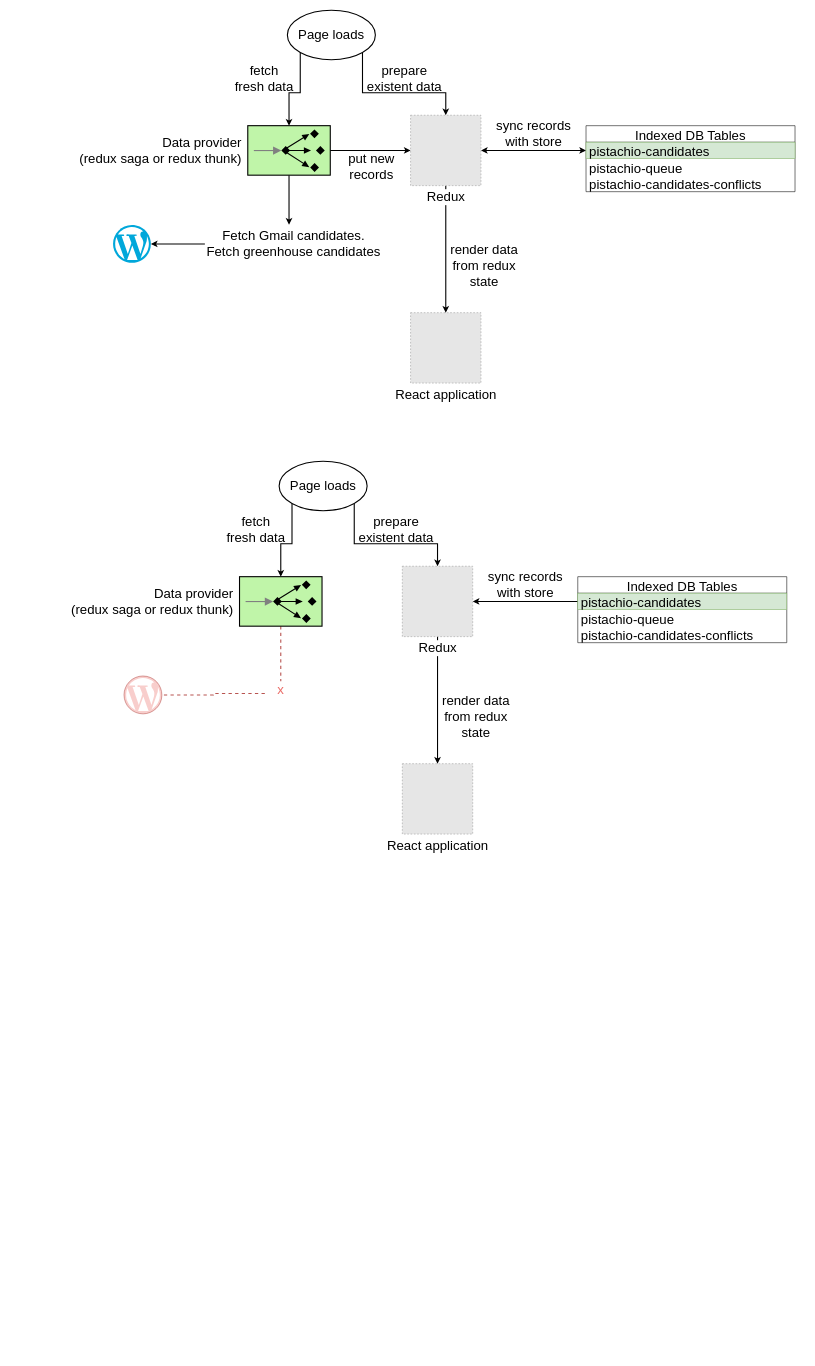
Earlier version of the draw.io diagram high-level/data-flows.drawio (AlexeyPopovUA/a8c-diagrams). Source tidied: cells renumbered, new cells numbered last; positions are measured from the earlier drawing's top-left corner, leaving out a move shared by most shapes. Both pictures are drawn from the tidied source at 55%, with x=0, y=0 at pixel (113, 10). Pictures stored in the file or linked from it are replaced by grey dashed boxes.
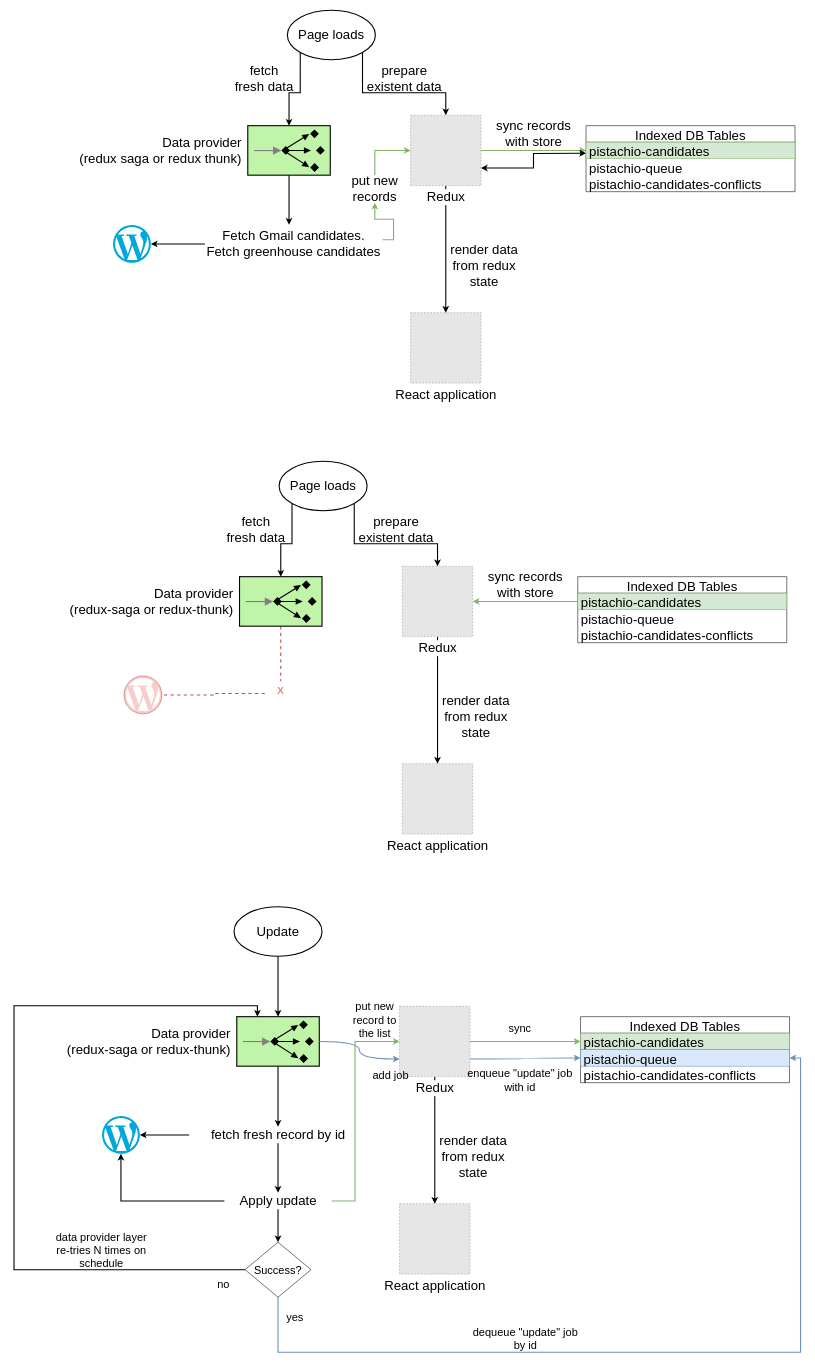
The same diagram, later.

The change refers to these unchanged cells:
```xml
<mxCell id="7" value="Redux" style="fillColor=#E6E6E6;strokeColor=#999999;dashed=1;html=1;verticalAlign=top;verticalLabelPosition=bottom;labelBackgroundColor=#ffffff;fontSize=24;" parent="1" vertex="1">
  <mxGeometry x="541" y="191" width="128" height="128" as="geometry" />
</mxCell>
<mxCell id="9" value="&lt;font style=&quot;font-size: 24px;&quot;&gt;Data provider&lt;br&gt;&lt;/font&gt;&lt;font style=&quot;font-size: 24px;&quot;&gt;(redux saga or redux thunk)&lt;br&gt;&lt;/font&gt;" style="fillColor=#c0f5a9;dashed=0;outlineConnect=0;strokeWidth=2;html=1;align=right;fontSize=8;verticalLabelPosition=middle;verticalAlign=middle;shape=mxgraph.eip.message_dispatcher;labelPosition=left;spacingRight=10;" parent="1" vertex="1">
  <mxGeometry x="245" y="210" width="150" height="90" as="geometry" />
</mxCell>
<mxCell id="11" value="pistachio-candidates" style="text;strokeColor=#82b366;fillColor=#d5e8d4;align=left;verticalAlign=middle;spacingLeft=4;spacingRight=4;overflow=hidden;points=[[0,0.5],[1,0.5]];portConstraint=eastwest;fontSize=24;" parent="10" vertex="1">
  <mxGeometry y="30" width="380" height="30" as="geometry" />
</mxCell>
<mxCell id="23" value="&lt;div&gt;Fetch Gmail candidates.&lt;/div&gt;&lt;div&gt;Fetch greenhouse candidates&lt;br&gt;&lt;/div&gt;" style="text;html=1;strokeColor=none;fillColor=none;align=center;verticalAlign=middle;whiteSpace=wrap;rounded=0;fontSize=24;" parent="1" vertex="1">
  <mxGeometry x="167" y="410" width="323" height="30" as="geometry" />
</mxCell>
<mxCell id="29" value="Redux" style="fillColor=#E6E6E6;strokeColor=#999999;dashed=1;html=1;verticalAlign=top;verticalLabelPosition=bottom;labelBackgroundColor=#ffffff;fontSize=24;" parent="1" vertex="1">
  <mxGeometry x="526" y="1011" width="128" height="128" as="geometry" />
</mxCell>
<mxCell id="33" value="pistachio-candidates" style="text;strokeColor=#82b366;fillColor=#d5e8d4;align=left;verticalAlign=middle;spacingLeft=4;spacingRight=4;overflow=hidden;points=[[0,0.5],[1,0.5]];portConstraint=eastwest;fontSize=24;" parent="32" vertex="1">
  <mxGeometry y="30" width="380" height="30" as="geometry" />
</mxCell>
```

Diff of the diagram source:
```diff
@@
-    <mxCell id="5" style="edgeStyle=orthogonalEdgeStyle;rounded=0;jettySize=auto;html=1;entryX=0;entryY=0.5;entryDx=0;entryDy=0;fontSize=24;strokeWidth=2;startArrow=classic;startFill=1;" parent="1" edge="1" source="7" target="11">
+    <mxCell id="5" style="edgeStyle=orthogonalEdgeStyle;rounded=0;jettySize=auto;html=1;entryX=0;entryY=0.5;entryDx=0;entryDy=0;fontSize=24;strokeWidth=2;startArrow=none;startFill=0;fillColor=#d5e8d4;strokeColor=#82b366;" parent="1" edge="1" source="7" target="11">
       <mxGeometry relative="1" as="geometry" />
     </mxCell>
@@
+    <mxCell id="44" style="edgeStyle=orthogonalEdgeStyle;rounded=0;jettySize=auto;html=1;exitX=1;exitY=0.75;exitDx=0;exitDy=0;fontSize=20;startArrow=classic;startFill=1;strokeWidth=2;" parent="1" edge="1" source="7">
+      <mxGeometry relative="1" as="geometry">
+        <mxPoint x="860" y="260" as="targetPoint" />
+      </mxGeometry>
+    </mxCell>
@@
-    <mxCell id="14" style="edgeStyle=orthogonalEdgeStyle;rounded=0;jettySize=auto;html=1;entryX=0;entryY=0.5;entryDx=0;entryDy=0;fontSize=24;startArrow=none;startFill=0;strokeWidth=2;exitX=1;exitY=0.5;exitDx=0;exitDy=0;exitPerimeter=0;" parent="1" edge="1" source="9" target="7">
+    <mxCell id="14" style="edgeStyle=orthogonalEdgeStyle;rounded=0;jettySize=auto;html=1;entryX=0;entryY=0.5;entryDx=0;entryDy=0;fontSize=24;startArrow=none;startFill=0;strokeWidth=2;exitX=0.5;exitY=0;exitDx=0;exitDy=0;fillColor=#d5e8d4;strokeColor=#82b366;" parent="1" edge="1" source="20" target="7">
       <mxGeometry relative="1" as="geometry" />
     </mxCell>
@@
     <mxCell id="20" value="put new records" style="text;html=1;strokeColor=none;fillColor=none;align=center;verticalAlign=middle;whiteSpace=wrap;rounded=0;fontSize=24;" parent="1" vertex="1">
-      <mxGeometry x="420" y="270" width="100" height="30" as="geometry" />
+      <mxGeometry x="416" y="300" width="120" height="50" as="geometry" />
     </mxCell>
@@
+    <mxCell id="45" style="edgeStyle=orthogonalEdgeStyle;rounded=0;jettySize=auto;html=1;entryX=0.5;entryY=1;entryDx=0;entryDy=0;fontSize=20;startArrow=none;startFill=0;strokeWidth=2;exitX=1;exitY=0.25;exitDx=0;exitDy=0;fillColor=#d5e8d4;strokeColor=#82b366;" parent="1" edge="1" source="23" target="20">
+      <mxGeometry relative="1" as="geometry" />
+    </mxCell>
@@
-    <mxCell id="27" style="edgeStyle=orthogonalEdgeStyle;rounded=0;jettySize=auto;html=1;entryX=0;entryY=0.5;entryDx=0;entryDy=0;fontSize=24;strokeWidth=2;startArrow=classic;startFill=1;endArrow=none;endFill=0;" parent="1" edge="1" source="29" target="33">
+    <mxCell id="27" style="edgeStyle=orthogonalEdgeStyle;rounded=0;jettySize=auto;html=1;entryX=0;entryY=0.5;entryDx=0;entryDy=0;fontSize=24;strokeWidth=2;startArrow=classic;startFill=1;endArrow=none;endFill=0;fillColor=#d5e8d4;strokeColor=#82b366;" parent="1" edge="1" source="29" target="33">
       <mxGeometry relative="1" as="geometry" />
     </mxCell>
@@
-    <mxCell id="31" value="&lt;font style=&quot;font-size: 24px;&quot;&gt;Data provider&lt;br&gt;&lt;/font&gt;&lt;font style=&quot;font-size: 24px;&quot;&gt;(redux saga or redux thunk)&lt;br&gt;&lt;/font&gt;" style="fillColor=#c0f5a9;dashed=0;outlineConnect=0;strokeWidth=2;html=1;align=right;fontSize=8;verticalLabelPosition=middle;verticalAlign=middle;shape=mxgraph.eip.message_dispatcher;labelPosition=left;spacingRight=10;" parent="1" vertex="1">
+    <mxCell id="31" value="&lt;font style=&quot;font-size: 24px;&quot;&gt;Data provider&lt;br&gt;&lt;/font&gt;&lt;font style=&quot;font-size: 24px;&quot;&gt;(redux-saga or redux-thunk)&lt;br&gt;&lt;/font&gt;" style="fillColor=#c0f5a9;dashed=0;outlineConnect=0;strokeWidth=2;html=1;align=right;fontSize=8;verticalLabelPosition=middle;verticalAlign=middle;shape=mxgraph.eip.message_dispatcher;labelPosition=left;spacingRight=10;" parent="1" vertex="1">
       <mxGeometry x="230" y="1030" width="150" height="90" as="geometry" />
     </mxCell>
@@
+    <mxCell id="46" style="edgeStyle=orthogonalEdgeStyle;rounded=0;jettySize=auto;html=1;exitX=0.5;exitY=1;exitDx=0;exitDy=0;entryX=0.5;entryY=0;entryDx=0;entryDy=0;entryPerimeter=0;fontSize=24;startArrow=none;startFill=0;strokeWidth=2;" parent="1" edge="1" source="59" target="53">
+      <mxGeometry relative="1" as="geometry" />
+    </mxCell>
+    <mxCell id="47" value="React application" style="fillColor=#E6E6E6;strokeColor=#999999;dashed=1;html=1;verticalAlign=top;verticalLabelPosition=bottom;labelBackgroundColor=#ffffff;fontSize=24;" parent="1" vertex="1">
+      <mxGeometry x="521" y="2170" width="128" height="128" as="geometry" />
+    </mxCell>
+    <mxCell id="48" style="edgeStyle=orthogonalEdgeStyle;rounded=0;jettySize=auto;html=1;entryX=0;entryY=0.5;entryDx=0;entryDy=0;fontSize=24;strokeWidth=2;startArrow=none;startFill=0;fillColor=#d5e8d4;strokeColor=#82b366;" parent="1" edge="1" source="51" target="55">
+      <mxGeometry relative="1" as="geometry" />
+    </mxCell>
+    <mxCell id="49" style="edgeStyle=orthogonalEdgeStyle;rounded=0;jettySize=auto;html=1;entryX=0.5;entryY=0;entryDx=0;entryDy=0;fontSize=24;startArrow=none;startFill=0;strokeWidth=2;" parent="1" edge="1" source="51" target="47">
+      <mxGeometry relative="1" as="geometry" />
+    </mxCell>
+    <mxCell id="50" style="edgeStyle=orthogonalEdgeStyle;rounded=0;jettySize=auto;html=1;exitX=1;exitY=0.75;exitDx=0;exitDy=0;entryX=0;entryY=0.5;entryDx=0;entryDy=0;fontSize=24;strokeWidth=2;curved=1;fillColor=#dae8fc;strokeColor=#6c8ebf;" parent="1" edge="1" source="51" target="56">
+      <mxGeometry relative="1" as="geometry" />
+    </mxCell>
+    <mxCell id="51" value="Redux" style="fillColor=#E6E6E6;strokeColor=#999999;dashed=1;html=1;verticalAlign=top;verticalLabelPosition=bottom;labelBackgroundColor=#ffffff;fontSize=24;" parent="1" vertex="1">
+      <mxGeometry x="521" y="1811" width="128" height="128" as="geometry" />
+    </mxCell>
+    <mxCell id="52" style="edgeStyle=orthogonalEdgeStyle;rounded=0;jettySize=auto;html=1;entryX=0.5;entryY=0;entryDx=0;entryDy=0;fontSize=24;startArrow=none;startFill=0;strokeWidth=2;" parent="1" edge="1" source="53" target="66">
+      <mxGeometry relative="1" as="geometry" />
+    </mxCell>
+    <mxCell id="53" value="&lt;font style=&quot;font-size: 24px;&quot;&gt;Data provider&lt;br&gt;&lt;/font&gt;&lt;font style=&quot;font-size: 24px;&quot;&gt;(redux-saga or redux-thunk)&lt;br&gt;&lt;/font&gt;" style="fillColor=#c0f5a9;dashed=0;outlineConnect=0;strokeWidth=2;html=1;align=right;fontSize=8;verticalLabelPosition=middle;verticalAlign=middle;shape=mxgraph.eip.message_dispatcher;labelPosition=left;spacingRight=10;" parent="1" vertex="1">
+      <mxGeometry x="225" y="1830" width="150" height="90" as="geometry" />
+    </mxCell>
+    <mxCell id="54" value="Indexed DB Tables" style="swimlane;fontStyle=0;horizontal=1;startSize=30;fontSize=24;" parent="1" vertex="1">
+      <mxGeometry x="850" y="1830" width="380" height="120" as="geometry" />
+    </mxCell>
+    <mxCell id="55" value="pistachio-candidates" style="text;align=left;verticalAlign=middle;spacingLeft=4;spacingRight=4;overflow=hidden;points=[[0,0.5],[1,0.5]];portConstraint=eastwest;fontSize=24;fillColor=#d5e8d4;strokeColor=#82b366;" parent="54" vertex="1">
+      <mxGeometry y="30" width="380" height="30" as="geometry" />
+    </mxCell>
+    <mxCell id="56" value="pistachio-queue" style="text;strokeColor=#6c8ebf;fillColor=#dae8fc;align=left;verticalAlign=middle;spacingLeft=4;spacingRight=4;overflow=hidden;points=[[0,0.5],[1,0.5]];portConstraint=eastwest;fontSize=24;" parent="54" vertex="1">
+      <mxGeometry y="60" width="380" height="30" as="geometry" />
+    </mxCell>
+    <mxCell id="57" value="pistachio-candidates-conflicts" style="text;strokeColor=none;fillColor=none;align=left;verticalAlign=middle;spacingLeft=4;spacingRight=4;overflow=hidden;fontSize=24;" parent="54" vertex="1">
+      <mxGeometry y="90" width="380" height="30" as="geometry" />
+    </mxCell>
+    <mxCell id="58" style="edgeStyle=orthogonalEdgeStyle;rounded=0;jettySize=auto;html=1;entryX=0;entryY=0.5;entryDx=0;entryDy=0;fontSize=24;startArrow=none;startFill=0;strokeWidth=2;exitX=1;exitY=0.5;exitDx=0;exitDy=0;fillColor=#d5e8d4;strokeColor=#82b366;" parent="1" edge="1" source="70" target="51">
+      <mxGeometry relative="1" as="geometry">
+        <Array as="points">
+          <mxPoint x="440" y="2165" />
+          <mxPoint x="440" y="1875" />
+        </Array>
+      </mxGeometry>
+    </mxCell>
+    <mxCell id="59" value="Update" style="ellipse;whiteSpace=wrap;html=1;fontSize=24;strokeWidth=2;" parent="1" vertex="1">
+      <mxGeometry x="220" y="1630" width="160" height="90" as="geometry" />
+    </mxCell>
+    <mxCell id="60" style="dashed=0;outlineConnect=0;html=1;align=center;labelPosition=center;verticalLabelPosition=bottom;verticalAlign=top;shape=mxgraph.weblogos.wordpress_2;fillColor=#00A7DA;strokeColor=none;fontSize=24;" parent="1" vertex="1">
+      <mxGeometry x="-20" y="2010.6" width="68.8" height="68.8" as="geometry" />
+    </mxCell>
+    <mxCell id="61" value="sync" style="text;html=1;strokeColor=none;fillColor=none;align=center;verticalAlign=middle;whiteSpace=wrap;rounded=0;fontSize=20;" parent="1" vertex="1">
+      <mxGeometry x="707" y="1830" width="66" height="40" as="geometry" />
+    </mxCell>
+    <mxCell id="62" value="put new record to the list" style="text;html=1;strokeColor=none;fillColor=none;align=center;verticalAlign=middle;whiteSpace=wrap;rounded=0;fontSize=20;" parent="1" vertex="1">
+      <mxGeometry x="426" y="1820" width="100" height="30" as="geometry" />
+    </mxCell>
+    <mxCell id="63" value="render data from redux state" style="text;html=1;strokeColor=none;fillColor=none;align=center;verticalAlign=middle;whiteSpace=wrap;rounded=0;fontSize=24;" parent="1" vertex="1">
+      <mxGeometry x="570" y="2070.4" width="170" height="30" as="geometry" />
+    </mxCell>
+    <mxCell id="64" style="edgeStyle=orthogonalEdgeStyle;rounded=0;jettySize=auto;html=1;fontSize=24;startArrow=none;startFill=0;strokeWidth=2;" parent="1" edge="1" source="66" target="60">
+      <mxGeometry relative="1" as="geometry" />
+    </mxCell>
+    <mxCell id="65" style="edgeStyle=orthogonalEdgeStyle;rounded=0;jettySize=auto;html=1;entryX=0.5;entryY=0;entryDx=0;entryDy=0;fontSize=24;strokeWidth=2;" parent="1" edge="1" source="66" target="70">
+      <mxGeometry relative="1" as="geometry" />
+    </mxCell>
+    <mxCell id="66" value="fetch fresh record by id" style="text;html=1;strokeColor=none;fillColor=none;align=center;verticalAlign=middle;whiteSpace=wrap;rounded=0;fontSize=24;" parent="1" vertex="1">
+      <mxGeometry x="138.5" y="2030" width="323" height="30" as="geometry" />
+    </mxCell>
+    <mxCell id="67" style="edgeStyle=orthogonalEdgeStyle;rounded=0;jettySize=auto;html=1;exitX=0;exitY=0.5;exitDx=0;exitDy=0;fontSize=20;strokeWidth=2;" parent="1" edge="1" source="70" target="60">
+      <mxGeometry relative="1" as="geometry" />
+    </mxCell>
+    <mxCell id="68" style="edgeStyle=orthogonalEdgeStyle;rounded=0;jettySize=auto;html=1;entryX=0;entryY=0.75;entryDx=0;entryDy=0;fontSize=20;strokeWidth=2;exitX=1;exitY=0.5;exitDx=0;exitDy=0;exitPerimeter=0;curved=1;fillColor=#dae8fc;strokeColor=#6c8ebf;" parent="1" edge="1" source="53" target="51">
+      <mxGeometry relative="1" as="geometry" />
+    </mxCell>
+    <mxCell id="69" style="edgeStyle=orthogonalEdgeStyle;rounded=0;jettySize=auto;html=1;entryX=0.5;entryY=0;entryDx=0;entryDy=0;fontSize=20;startArrow=none;startFill=0;strokeWidth=2;" parent="1" edge="1" source="70" target="75">
+      <mxGeometry relative="1" as="geometry" />
+    </mxCell>
+    <mxCell id="70" value="&lt;font style=&quot;font-size: 24px;&quot;&gt;A&lt;font style=&quot;font-size: 24px;&quot;&gt;pply update&lt;/font&gt;&lt;/font&gt;" style="text;html=1;strokeColor=none;fillColor=none;align=center;verticalAlign=middle;whiteSpace=wrap;rounded=0;" parent="1" vertex="1">
+      <mxGeometry x="202.5" y="2150" width="195" height="30" as="geometry" />
+    </mxCell>
+    <mxCell id="71" value="enqueue &quot;update&quot; job with id " style="text;html=1;strokeColor=none;fillColor=none;align=center;verticalAlign=middle;whiteSpace=wrap;rounded=0;fontSize=20;" parent="1" vertex="1">
+      <mxGeometry x="635" y="1920" width="210" height="50.6" as="geometry" />
+    </mxCell>
+    <mxCell id="72" value="add job" style="text;html=1;strokeColor=none;fillColor=none;align=center;verticalAlign=middle;whiteSpace=wrap;rounded=0;fontSize=20;" parent="1" vertex="1">
+      <mxGeometry x="455" y="1920" width="100" height="30" as="geometry" />
+    </mxCell>
+    <mxCell id="73" style="edgeStyle=orthogonalEdgeStyle;rounded=0;jettySize=auto;html=1;entryX=1;entryY=0.5;entryDx=0;entryDy=0;fontSize=20;startArrow=none;startFill=0;strokeWidth=2;fillColor=#dae8fc;strokeColor=#6c8ebf;" parent="1" edge="1" source="75" target="56">
+      <mxGeometry relative="1" as="geometry">
+        <Array as="points">
+          <mxPoint x="300" y="2440" />
+          <mxPoint x="1250" y="2440" />
+          <mxPoint x="1250" y="1905" />
+        </Array>
+      </mxGeometry>
+    </mxCell>
+    <mxCell id="74" style="edgeStyle=orthogonalEdgeStyle;rounded=0;jettySize=auto;html=1;entryX=0.25;entryY=0;entryDx=0;entryDy=0;entryPerimeter=0;fontSize=20;startArrow=none;startFill=0;strokeWidth=2;" parent="1" edge="1" source="75" target="53">
+      <mxGeometry relative="1" as="geometry">
+        <Array as="points">
+          <mxPoint x="-180" y="2290" />
+          <mxPoint x="-180" y="1810" />
+          <mxPoint x="263" y="1810" />
+        </Array>
+      </mxGeometry>
+    </mxCell>
+    <mxCell id="75" value="Success?" style="rhombus;whiteSpace=wrap;html=1;fontSize=20;" parent="1" vertex="1">
+      <mxGeometry x="240" y="2240" width="120" height="100" as="geometry" />
+    </mxCell>
+    <mxCell id="76" value="dequeue &quot;update&quot; job by id " style="text;html=1;strokeColor=none;fillColor=none;align=center;verticalAlign=middle;whiteSpace=wrap;rounded=0;fontSize=20;" parent="1" vertex="1">
+      <mxGeometry x="645" y="2390" width="210" height="50.6" as="geometry" />
+    </mxCell>
+    <mxCell id="77" value="yes" style="text;html=1;strokeColor=none;fillColor=none;align=center;verticalAlign=middle;whiteSpace=wrap;rounded=0;fontSize=20;" parent="1" vertex="1">
+      <mxGeometry x="302" y="2350" width="58" height="50.6" as="geometry" />
+    </mxCell>
+    <mxCell id="78" value="no" style="text;html=1;strokeColor=none;fillColor=none;align=center;verticalAlign=middle;whiteSpace=wrap;rounded=0;fontSize=20;" parent="1" vertex="1">
+      <mxGeometry x="172" y="2289.4" width="58" height="50.6" as="geometry" />
+    </mxCell>
+    <mxCell id="79" value="data provider layer&lt;br&gt;re-tries N times on schedule" style="text;html=1;strokeColor=none;fillColor=none;align=center;verticalAlign=middle;whiteSpace=wrap;rounded=0;fontSize=20;" parent="1" vertex="1">
+      <mxGeometry x="-131.2" y="2219.4" width="220" height="70" as="geometry" />
+    </mxCell>
```
